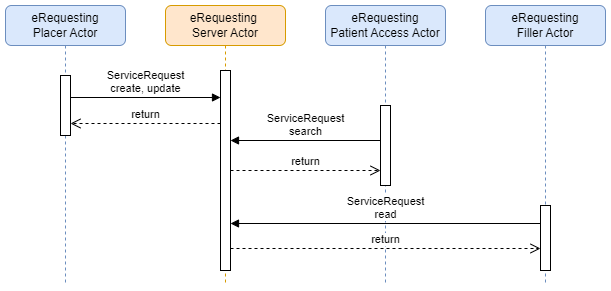
hl7au/au-fhir-erequesting keeps this draw.io diagram as input/images/actors-sequence.png. Above is the earlier version. Source tidied: cells renumbered, new cells last; positions are measured from the earlier drawing's top-left corner, leaving out a move shared by most shapes.
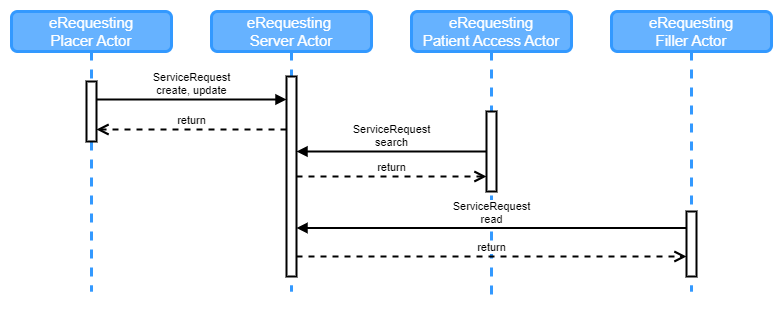
Later version of the same file.

Commit message:
diagram updates and sections

What changed in the source:
```diff
@@ -2,61 +2,57 @@
   <root>
     <mxCell id="0" />
     <mxCell id="1" parent="0" />
-    <mxCell id="2" value="eRequesting&lt;div&gt;Placer Actor&lt;/div&gt;" style="shape=umlLifeline;perimeter=lifelinePerimeter;whiteSpace=wrap;html=1;newEdgeStyle={&quot;curved&quot;:0,&quot;rounded&quot;:0};rounded=1;fillColor=#dae8fc;strokeColor=#6c8ebf;" parent="1" vertex="1">
-      <mxGeometry width="120" height="280" as="geometry" />
+    <mxCell id="2" value="eRequesting&lt;div style=&quot;font-size: 15px;&quot;&gt;Placer Actor&lt;/div&gt;" style="shape=umlLifeline;perimeter=lifelinePerimeter;whiteSpace=wrap;html=1;newEdgeStyle={&quot;curved&quot;:0,&quot;rounded&quot;:0};rounded=1;fillColor=#66B2FF;strokeColor=#3399FF;labelBackgroundColor=#66B2FF;fontColor=#FFFFFF;fontSize=15;perimeterSpacing=0;strokeWidth=3;" parent="1" vertex="1">
+      <mxGeometry x="-80" width="160" height="280" as="geometry" />
     </mxCell>
-    <mxCell id="3" style="html=1;perimeter=orthogonalPerimeter;targetShapes=umlLifeline;newEdgeStyle={&quot;curved&quot;:0,&quot;rounded&quot;:0};" parent="2" vertex="1">
-      <mxGeometry x="55" y="70" width="10" height="60" as="geometry" />
+    <mxCell id="3" style="html=1;perimeter=orthogonalPerimeter;targetShapes=umlLifeline;newEdgeStyle={&quot;curved&quot;:0,&quot;rounded&quot;:0};strokeWidth=2;" parent="2" vertex="1">
+      <mxGeometry x="75" y="70" width="10" height="60" as="geometry" />
     </mxCell>
-    <mxCell id="4" value="eRequesting&amp;nbsp;&lt;div&gt;Server Actor&lt;/div&gt;" style="shape=umlLifeline;perimeter=lifelinePerimeter;whiteSpace=wrap;html=1;newEdgeStyle={&quot;curved&quot;:0,&quot;rounded&quot;:0};rounded=1;fillColor=#ffe6cc;strokeColor=#d79b00;" parent="1" vertex="1">
-      <mxGeometry x="160" width="120" height="280" as="geometry" />
+    <mxCell id="4" value="eRequesting&amp;nbsp;&lt;div style=&quot;font-size: 15px;&quot;&gt;Server Actor&lt;/div&gt;" style="shape=umlLifeline;perimeter=lifelinePerimeter;whiteSpace=wrap;html=1;newEdgeStyle={&quot;curved&quot;:0,&quot;rounded&quot;:0};rounded=1;fillColor=#66B2FF;strokeColor=#3399FF;fontColor=#FFFFFF;fontSize=15;strokeWidth=3;" parent="1" vertex="1">
+      <mxGeometry x="120" width="160" height="280" as="geometry" />
     </mxCell>
-    <mxCell id="5" style="html=1;points=[[0,0,0,0,5],[0,1,0,0,-5],[1,0,0,0,5],[1,1,0,0,-5]];perimeter=orthogonalPerimeter;outlineConnect=0;targetShapes=umlLifeline;portConstraint=eastwest;newEdgeStyle={&quot;curved&quot;:0,&quot;rounded&quot;:0};" parent="4" vertex="1">
-      <mxGeometry x="55" y="65" width="10" height="200" as="geometry" />
+    <mxCell id="5" style="html=1;points=[[0,0,0,0,5],[0,1,0,0,-5],[1,0,0,0,5],[1,1,0,0,-5]];perimeter=orthogonalPerimeter;outlineConnect=0;targetShapes=umlLifeline;portConstraint=eastwest;newEdgeStyle={&quot;curved&quot;:0,&quot;rounded&quot;:0};strokeWidth=2;" parent="4" vertex="1">
+      <mxGeometry x="75" y="65" width="10" height="200" as="geometry" />
     </mxCell>
-    <mxCell id="6" value="eRequesting&lt;div&gt;Filler Actor&lt;/div&gt;" style="shape=umlLifeline;perimeter=lifelinePerimeter;whiteSpace=wrap;html=1;newEdgeStyle={&quot;curved&quot;:0,&quot;rounded&quot;:0};rounded=1;fillColor=#dae8fc;strokeColor=#6c8ebf;" parent="1" vertex="1">
-      <mxGeometry x="480" width="120" height="280" as="geometry" />
+    <mxCell id="6" value="eRequesting&lt;div style=&quot;font-size: 15px;&quot;&gt;Filler Actor&lt;/div&gt;" style="shape=umlLifeline;perimeter=lifelinePerimeter;whiteSpace=wrap;html=1;newEdgeStyle={&quot;curved&quot;:0,&quot;rounded&quot;:0};rounded=1;fillColor=#66B2FF;strokeColor=#3399FF;fontColor=#FFFFFF;fontSize=15;strokeWidth=3;" parent="1" vertex="1">
+      <mxGeometry x="520" width="160" height="280" as="geometry" />
     </mxCell>
-    <mxCell id="7" style="html=1;points=[[0,0,0,0,5],[0,1,0,0,-5],[1,0,0,0,5],[1,1,0,0,-5]];perimeter=orthogonalPerimeter;outlineConnect=0;targetShapes=umlLifeline;portConstraint=eastwest;newEdgeStyle={&quot;curved&quot;:0,&quot;rounded&quot;:0};" parent="6" vertex="1">
-      <mxGeometry x="55" y="200" width="10" height="65" as="geometry" />
+    <mxCell id="7" style="html=1;points=[[0,0,0,0,5],[0,1,0,0,-5],[1,0,0,0,5],[1,1,0,0,-5]];perimeter=orthogonalPerimeter;outlineConnect=0;targetShapes=umlLifeline;portConstraint=eastwest;newEdgeStyle={&quot;curved&quot;:0,&quot;rounded&quot;:0};strokeWidth=2;" parent="6" vertex="1">
+      <mxGeometry x="75" y="200" width="10" height="65" as="geometry" />
     </mxCell>
-    <mxCell id="8" value="eRequesting&lt;div&gt;Patient Access Actor&lt;/div&gt;" style="shape=umlLifeline;perimeter=lifelinePerimeter;whiteSpace=wrap;html=1;newEdgeStyle={&quot;curved&quot;:0,&quot;rounded&quot;:0};rounded=1;fillColor=#dae8fc;strokeColor=#6c8ebf;" parent="1" vertex="1">
-      <mxGeometry x="320" width="120" height="280" as="geometry" />
+    <mxCell id="8" value="eRequesting&lt;div style=&quot;font-size: 15px;&quot;&gt;Patient Access Actor&lt;/div&gt;" style="shape=umlLifeline;perimeter=lifelinePerimeter;whiteSpace=wrap;html=1;newEdgeStyle={&quot;curved&quot;:0,&quot;rounded&quot;:0};rounded=1;fillColor=#66B2FF;strokeColor=#3399FF;fontColor=#FFFFFF;fontSize=15;strokeWidth=3;" parent="1" vertex="1">
+      <mxGeometry x="320" width="160" height="290" as="geometry" />
     </mxCell>
-    <mxCell id="9" style="html=1;points=[[0,0,0,0,5],[0,1,0,0,-5],[1,0,0,0,5],[1,1,0,0,-5]];perimeter=orthogonalPerimeter;outlineConnect=0;targetShapes=umlLifeline;portConstraint=eastwest;newEdgeStyle={&quot;curved&quot;:0,&quot;rounded&quot;:0};" parent="8" vertex="1">
-      <mxGeometry x="55" y="100" width="10" height="80" as="geometry" />
+    <mxCell id="9" style="html=1;points=[[0,0,0,0,5],[0,1,0,0,-5],[1,0,0,0,5],[1,1,0,0,-5]];perimeter=orthogonalPerimeter;outlineConnect=0;targetShapes=umlLifeline;portConstraint=eastwest;newEdgeStyle={&quot;curved&quot;:0,&quot;rounded&quot;:0};strokeWidth=2;" parent="8" vertex="1">
+      <mxGeometry x="75" y="100" width="10" height="80" as="geometry" />
     </mxCell>
-    <mxCell id="10" value="ServiceRequest&lt;div&gt;create, update&lt;/div&gt;" style="html=1;verticalAlign=bottom;endArrow=block;curved=0;rounded=0;" parent="1" edge="1">
+    <mxCell id="10" value="ServiceRequest&lt;div&gt;create, update&lt;/div&gt;" style="html=1;verticalAlign=bottom;endArrow=block;curved=0;rounded=0;strokeWidth=2;" parent="1" edge="1">
       <mxGeometry relative="1" as="geometry">
-        <mxPoint x="65" y="92" as="sourcePoint" />
-        <mxPoint x="215" y="92" as="targetPoint" />
+        <mxPoint x="5" y="88" as="sourcePoint" />
+        <mxPoint x="195" y="88" as="targetPoint" />
       </mxGeometry>
     </mxCell>
-    <mxCell id="11" value="ServiceRequest&lt;div&gt;search&lt;/div&gt;" style="html=1;verticalAlign=bottom;endArrow=block;curved=0;rounded=0;" parent="1" edge="1">
-      <mxGeometry relative="1" as="geometry">
-        <mxPoint x="375" y="135" as="sourcePoint" />
-        <mxPoint x="225" y="135" as="targetPoint" />
-      </mxGeometry>
+    <mxCell id="11" value="ServiceRequest&lt;div&gt;search&lt;/div&gt;" style="html=1;verticalAlign=bottom;endArrow=block;curved=0;rounded=0;strokeWidth=2;" parent="1" edge="1" source="9" target="5">
+      <mxGeometry relative="1" as="geometry" />
     </mxCell>
-    <mxCell id="12" value="ServiceRequest&lt;div&gt;read&lt;/div&gt;" style="html=1;verticalAlign=bottom;endArrow=block;curved=0;rounded=0;" parent="1" edge="1">
+    <mxCell id="12" value="ServiceRequest&lt;div&gt;read&lt;/div&gt;" style="html=1;verticalAlign=bottom;endArrow=block;curved=0;rounded=0;strokeWidth=2;" parent="1" edge="1">
       <mxGeometry relative="1" as="geometry">
-        <mxPoint x="535" y="218" as="sourcePoint" />
-        <mxPoint x="225" y="218" as="targetPoint" />
+        <mxPoint x="595" y="216.5" as="sourcePoint" />
+        <mxPoint x="205" y="216.5" as="targetPoint" />
       </mxGeometry>
     </mxCell>
-    <mxCell id="13" value="return" style="html=1;verticalAlign=bottom;endArrow=open;dashed=1;endSize=8;curved=0;rounded=0;" parent="1" edge="1">
+    <mxCell id="13" value="return" style="html=1;verticalAlign=bottom;endArrow=open;dashed=1;endSize=8;curved=0;rounded=0;strokeWidth=2;" parent="1" edge="1">
       <mxGeometry relative="1" as="geometry">
-        <mxPoint x="215" y="118" as="sourcePoint" />
-        <mxPoint x="65" y="118" as="targetPoint" />
+        <mxPoint x="195" y="118" as="sourcePoint" />
+        <mxPoint x="5" y="118" as="targetPoint" />
       </mxGeometry>
     </mxCell>
-    <mxCell id="14" value="return" style="html=1;verticalAlign=bottom;endArrow=open;dashed=1;endSize=8;curved=0;rounded=0;" parent="1" edge="1" source="5" target="9">
+    <mxCell id="14" value="return" style="html=1;verticalAlign=bottom;endArrow=open;dashed=1;endSize=8;curved=0;rounded=0;strokeWidth=2;" parent="1" edge="1" source="5" target="9">
       <mxGeometry relative="1" as="geometry" />
     </mxCell>
-    <mxCell id="15" value="return" style="html=1;verticalAlign=bottom;endArrow=open;dashed=1;endSize=8;curved=0;rounded=0;" parent="1" edge="1">
+    <mxCell id="15" value="return" style="html=1;verticalAlign=bottom;endArrow=open;dashed=1;endSize=8;curved=0;rounded=0;strokeWidth=2;" parent="1" edge="1" target="7">
       <mxGeometry relative="1" as="geometry">
-        <mxPoint x="225" y="243" as="sourcePoint" />
-        <mxPoint x="535" y="243" as="targetPoint" />
+        <mxPoint x="205" y="245" as="sourcePoint" />
       </mxGeometry>
     </mxCell>
   </root>
```
